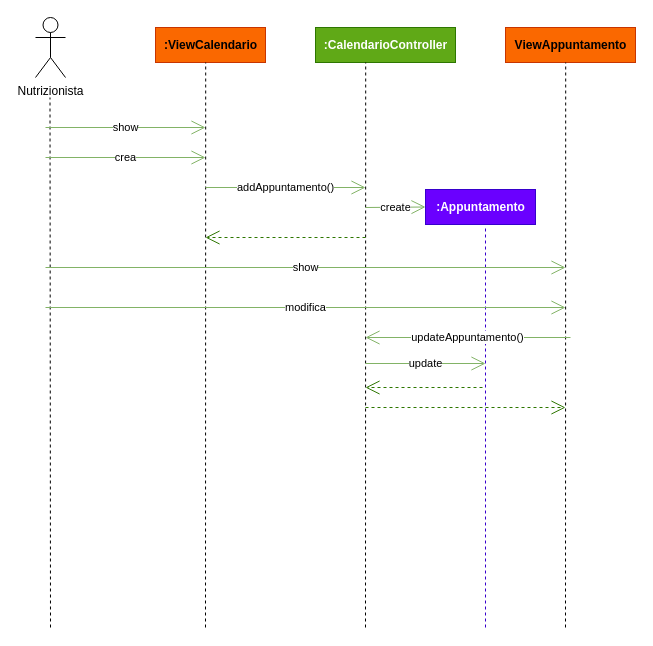
This is Interazioni/aggiungiAppuntamento.drawio from DeborohNoah/IngSoft, a draw.io file, before an edit. Source tidied: cells renumbered, new cells numbered last; positions are measured from the earlier drawing's top-left corner, leaving out a move shared by most shapes. Both pictures are drawn from the tidied source at 100%, with x=0, y=0 at pixel (35, 17).
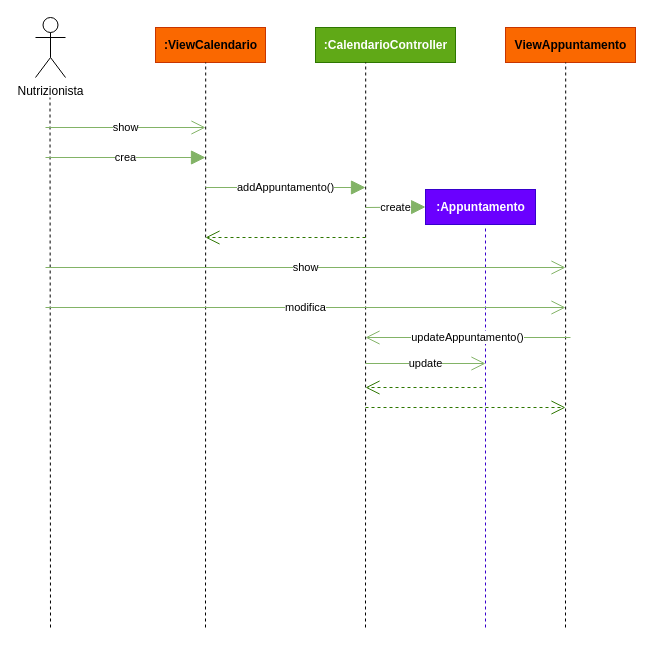
The same page after the edit.

Commit message (it also covers changes not shown here):
recuperata aggiungischeda

Unchanged cells that the change refers to:
```xml
<mxCell id="12" value="&lt;b&gt;:Appuntamento&lt;/b&gt;" style="html=1;fillColor=#6a00ff;fontColor=#ffffff;strokeColor=#3700CC;" parent="1" vertex="1">
  <mxGeometry x="390" y="172" width="110" height="35" as="geometry" />
</mxCell>
```

The edit, as a diff of the source:
```diff
@@
-    <mxCell id="7" value="crea" style="endArrow=open;endSize=12;html=1;rounded=0;fillColor=#d5e8d4;gradientColor=#97d077;strokeColor=#82b366;" parent="1" edge="1">
+    <mxCell id="7" value="crea" style="endArrow=block;endSize=12;html=1;rounded=0;fillColor=#d5e8d4;gradientColor=#97d077;strokeColor=#82b366;endFill=1;" parent="1" edge="1">
       <mxGeometry relative="1" as="geometry">
         <mxPoint x="10" y="140" as="sourcePoint" />
         <mxPoint x="170" y="140" as="targetPoint" />
       </mxGeometry>
     </mxCell>
@@
-    <mxCell id="10" value="addAppuntamento()" style="endArrow=open;endSize=12;html=1;rounded=0;fillColor=#d5e8d4;gradientColor=#97d077;strokeColor=#82b366;" parent="1" edge="1">
+    <mxCell id="10" value="addAppuntamento()" style="endArrow=block;endSize=12;html=1;rounded=0;fillColor=#d5e8d4;gradientColor=#97d077;strokeColor=#82b366;endFill=1;" parent="1" edge="1">
       <mxGeometry relative="1" as="geometry">
         <mxPoint x="170" y="170" as="sourcePoint" />
         <mxPoint x="330" y="170" as="targetPoint" />
       </mxGeometry>
     </mxCell>
-    <mxCell id="11" value="create" style="endArrow=open;endSize=12;html=1;rounded=0;fillColor=#d5e8d4;gradientColor=#97d077;strokeColor=#82b366;entryX=0;entryY=0.5;entryDx=0;entryDy=0;" parent="1" edge="1" target="12">
+    <mxCell id="11" value="create" style="endArrow=block;endSize=12;html=1;rounded=0;fillColor=#d5e8d4;gradientColor=#97d077;strokeColor=#82b366;entryX=0;entryY=0.5;entryDx=0;entryDy=0;endFill=1;" parent="1" edge="1" target="12">
       <mxGeometry relative="1" as="geometry">
         <mxPoint x="330" y="190" as="sourcePoint" />
       </mxGeometry>
     </mxCell>
```
